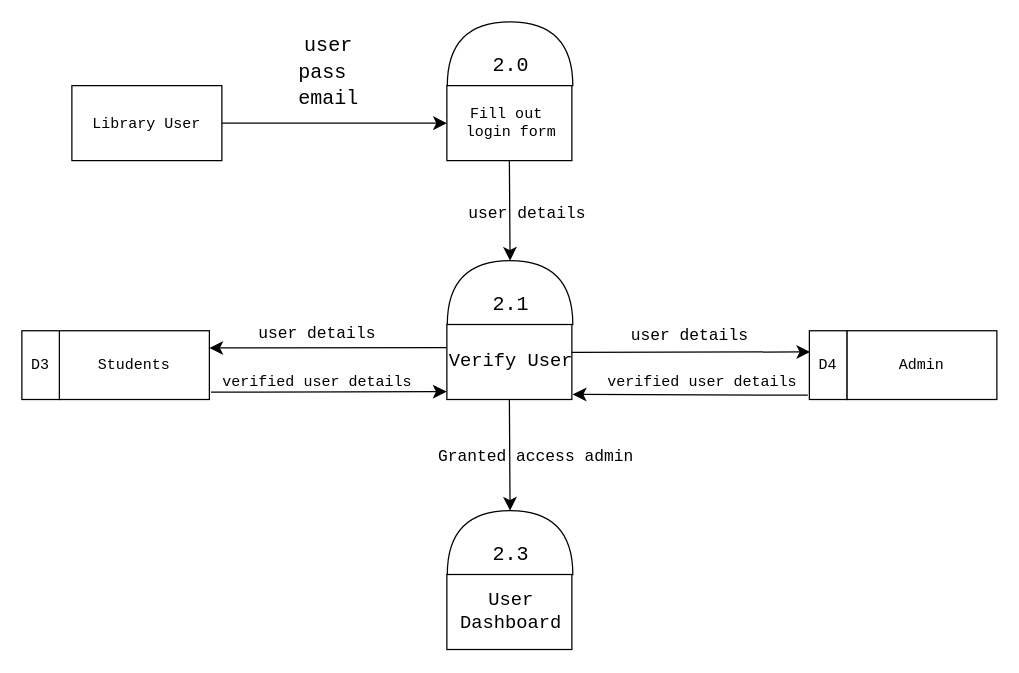
The draw.io diagram cdloginuser.drawio in carmelooo1/capstone_docs, before the edit. Source tidied: cells renumbered, new cells numbered last; positions are measured from the earlier drawing's top-left corner, leaving out a move shared by most shapes. Both pictures are drawn from the tidied source at 125%, with x=0, y=0 at pixel (21, -10).
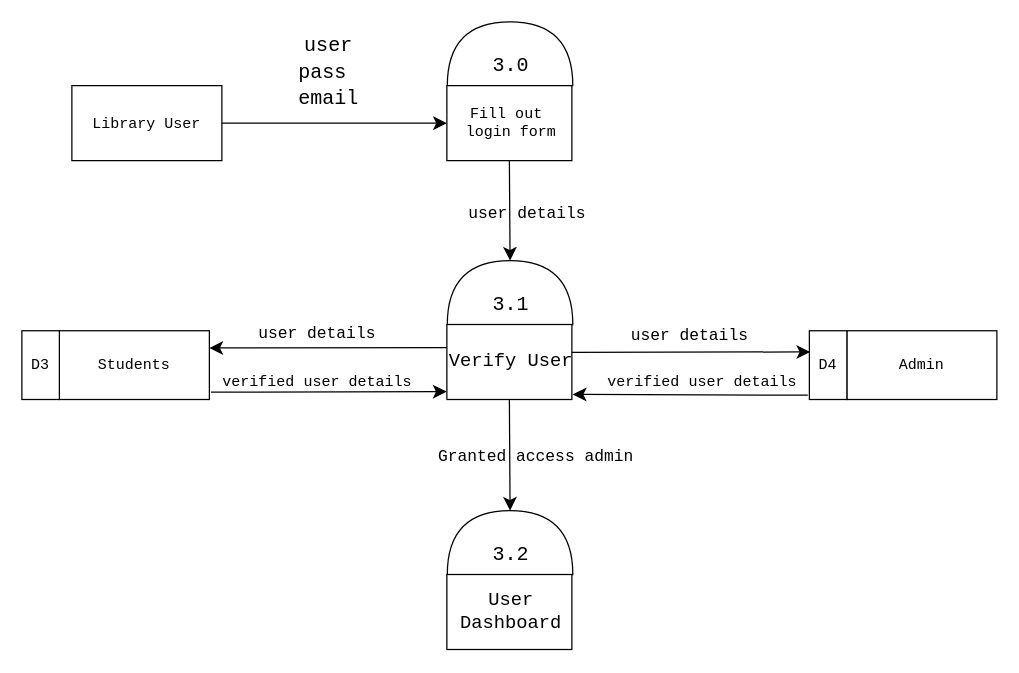
The same diagram, later.

The change refers to these unchanged cells:
```xml
<mxCell id="8" style="group;fontFamily=Courier New;" parent="6" vertex="1">
  <mxGeometry y="21.1" width="110.5" height="90" as="geometry" />
</mxCell>
<mxCell id="16" style="group;fontFamily=Courier New;" parent="14" vertex="1">
  <mxGeometry y="21.1" width="110.5" height="90" as="geometry" />
</mxCell>
<mxCell id="23" style="group;fontFamily=Courier New;" parent="21" vertex="1">
  <mxGeometry y="21.1" width="110.5" height="90" as="geometry" />
</mxCell>
```

The edit, as a diff of the source:
```diff
@@
-    <mxCell id="11" value="2.0" style="text;html=1;align=center;verticalAlign=middle;strokeColor=none;fillColor=none;fontSize=16;fontFamily=Courier New;" parent="8" vertex="1">
+    <mxCell id="11" value="3.0" style="text;html=1;align=center;verticalAlign=middle;strokeColor=none;fillColor=none;fontSize=16;fontFamily=Courier New;" parent="8" vertex="1">
       <mxGeometry x="25.5" width="50" height="30" as="geometry" />
     </mxCell>
@@
-    <mxCell id="19" value="2.1" style="text;html=1;align=center;verticalAlign=middle;strokeColor=none;fillColor=none;fontSize=16;fontFamily=Courier New;" parent="16" vertex="1">
+    <mxCell id="19" value="3.1" style="text;html=1;align=center;verticalAlign=middle;strokeColor=none;fillColor=none;fontSize=16;fontFamily=Courier New;" parent="16" vertex="1">
       <mxGeometry x="25.5" width="50" height="30" as="geometry" />
     </mxCell>
@@
-    <mxCell id="26" value="2.3" style="text;html=1;align=center;verticalAlign=middle;strokeColor=none;fillColor=none;fontSize=16;fontFamily=Courier New;" parent="23" vertex="1">
+    <mxCell id="26" value="3.2" style="text;html=1;align=center;verticalAlign=middle;strokeColor=none;fillColor=none;fontSize=16;fontFamily=Courier New;" parent="23" vertex="1">
       <mxGeometry x="25.5" width="50" height="30" as="geometry" />
     </mxCell>
```
